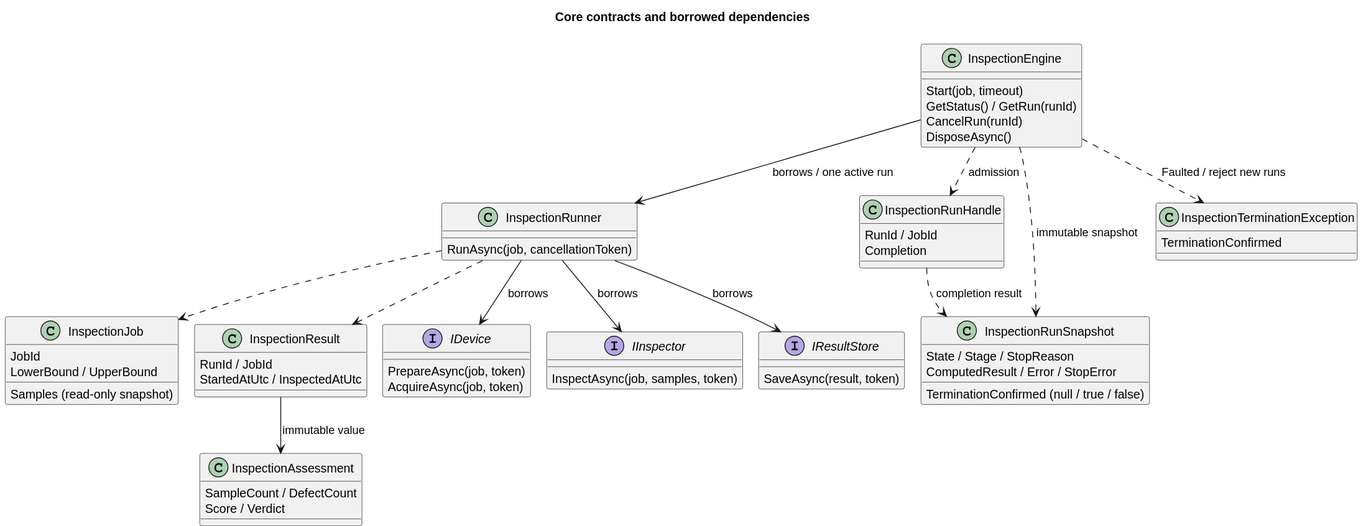
Earlier version of the PlantUML export docs/diagrams/generated/core-class.svg (Myoungmin/CSharp-InspectionCore-Lab). Its source is kept beside it as docs/diagrams/core-class.puml.
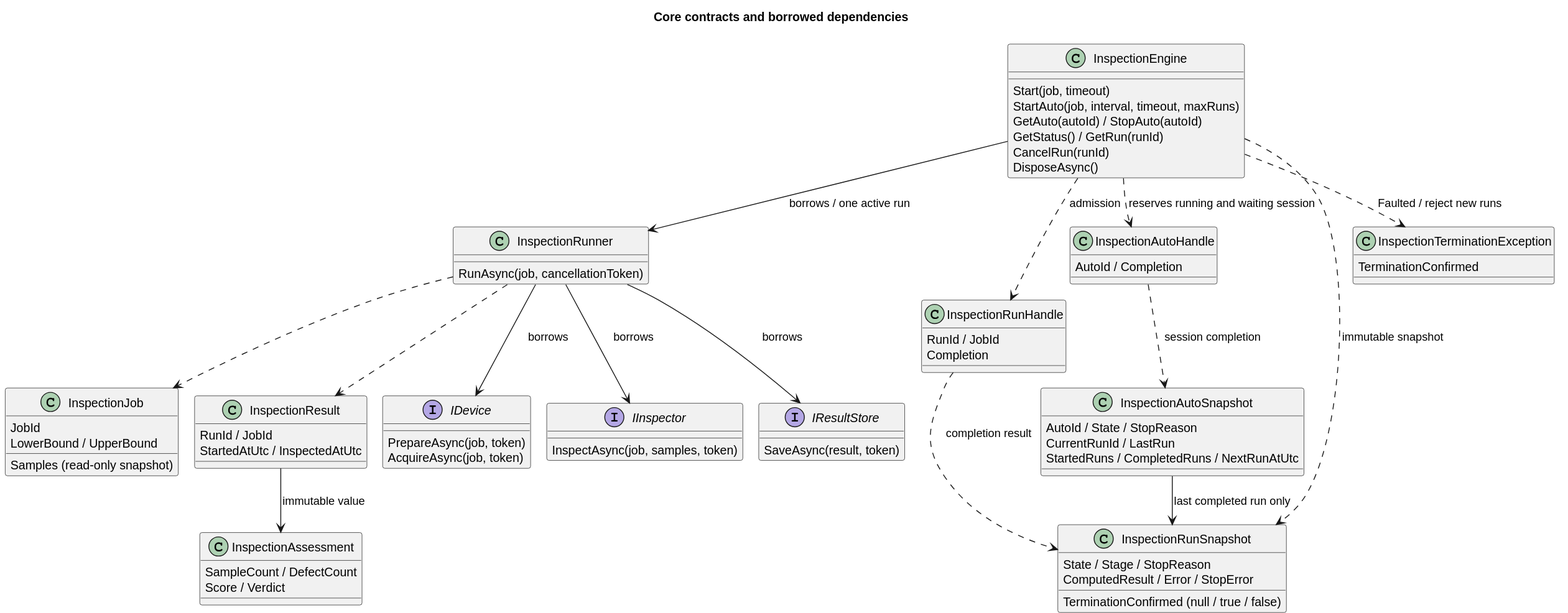
The same file after the commit.

The edit, as a diff of the source:
```diff
@@ -19,6 +19,8 @@
 }
 class InspectionEngine {
   Start(job, timeout)
+  StartAuto(job, interval, timeout, maxRuns)
+  GetAuto(autoId) / StopAuto(autoId)
   GetStatus() / GetRun(runId)
   CancelRun(runId)
   DisposeAsync()
@@ -26,6 +28,14 @@
 class InspectionRunHandle {
   RunId / JobId
   Completion
+}
+class InspectionAutoHandle {
+  AutoId / Completion
+}
+class InspectionAutoSnapshot {
+  AutoId / State / StopReason
+  CurrentRunId / LastRun
+  StartedRuns / CompletedRuns / NextRunAtUtc
 }
 class InspectionRunSnapshot {
   State / Stage / StopReason
@@ -48,6 +58,9 @@
 InspectionRunner --> IDevice : borrows
 InspectionEngine --> InspectionRunner : borrows / one active run
 InspectionEngine ..> InspectionRunHandle : admission
+InspectionEngine ..> InspectionAutoHandle : reserves running and waiting session
+InspectionAutoHandle ..> InspectionAutoSnapshot : session completion
+InspectionAutoSnapshot --> InspectionRunSnapshot : last completed run only
 InspectionEngine ..> InspectionRunSnapshot : immutable snapshot
 InspectionEngine ..> InspectionTerminationException : Faulted / reject new runs
 InspectionRunHandle ..> InspectionRunSnapshot : completion result
```
